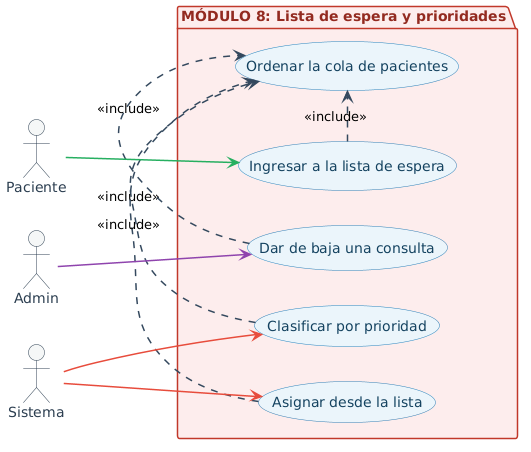
The PlantUML diagram docs/diagrams/casos_de_uso/renders/modulo_8_lista_espera.png in aron-quito/si-salud, before a commit. The source it was exported from:
```plantuml
@startuml
left to right direction

skinparam shadowing false
skinparam actor {
  BackgroundColor #F4F6F7
  BorderColor #2C3E50
  FontColor #2C3E50
}
skinparam usecase {
  BackgroundColor #EBF5FB
  BorderColor #2980B9
  FontColor #154360
  ArrowColor #2980B9
}
skinparam arrow {
  Color #34495E
  Thickness 1.5
}
skinparam package {
  BackgroundColor #FDEDEC
  BorderColor #C0392B
  FontColor #922B21
}


actor "Paciente" as Pac
actor "Admin" as Adm
actor "Sistema" as Sis

package "MÓDULO 8: Lista de espera y prioridades" {
  usecase "Ingresar a la lista de espera" as UC1
  usecase "Clasificar por prioridad" as UC2
  usecase "Asignar desde la lista" as UC3
  usecase "Dar de baja una consulta" as UC4
  usecase "Ordenar la cola de pacientes" as UC5
}

UC1 .> UC5 : <<include>>
UC2 .> UC5 : <<include>>
UC3 .> UC5 : <<include>>
UC4 .> UC5 : <<include>>

Pac -[#27AE60]-> UC1

Sis -[#E74C3C]-> UC2
Sis -[#E74C3C]-> UC3

Adm -[#8E44AD]-> UC4
@enduml
```
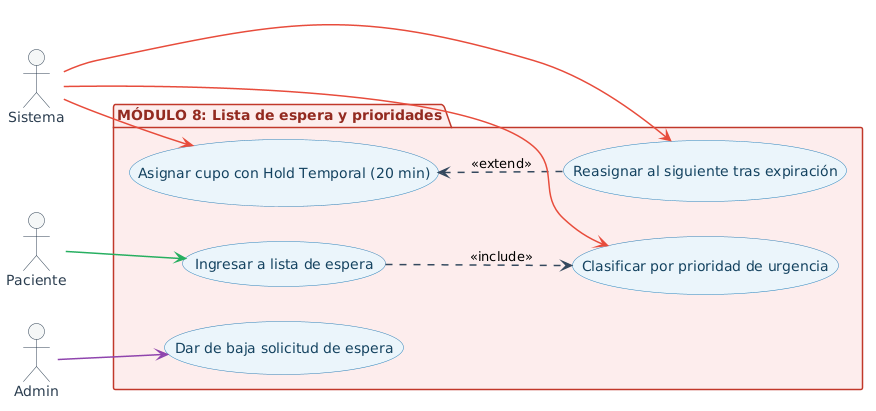
The same file after the commit.

What changed in the source:
```diff
@@ -29,22 +29,21 @@
 actor "Sistema" as Sis
 
 package "MÓDULO 8: Lista de espera y prioridades" {
-  usecase "Ingresar a la lista de espera" as UC1
-  usecase "Clasificar por prioridad" as UC2
-  usecase "Asignar desde la lista" as UC3
-  usecase "Dar de baja una consulta" as UC4
-  usecase "Ordenar la cola de pacientes" as UC5
+  usecase "Ingresar a lista de espera" as UC1
+  usecase "Clasificar por prioridad de urgencia" as UC2
+  usecase "Asignar cupo con Hold Temporal (20 min)" as UC3
+  usecase "Dar de baja solicitud de espera" as UC4
+  usecase "Reasignar al siguiente tras expiración" as UC5
 }
 
-UC1 .> UC5 : <<include>>
-UC2 .> UC5 : <<include>>
-UC3 .> UC5 : <<include>>
-UC4 .> UC5 : <<include>>
+UC1 ..> UC2 : <<include>>
+UC3 <.. UC5 : <<extend>>
 
 Pac -[#27AE60]-> UC1
 
 Sis -[#E74C3C]-> UC2
 Sis -[#E74C3C]-> UC3
+Sis -[#E74C3C]-> UC5
 
 Adm -[#8E44AD]-> UC4
 @enduml
```
